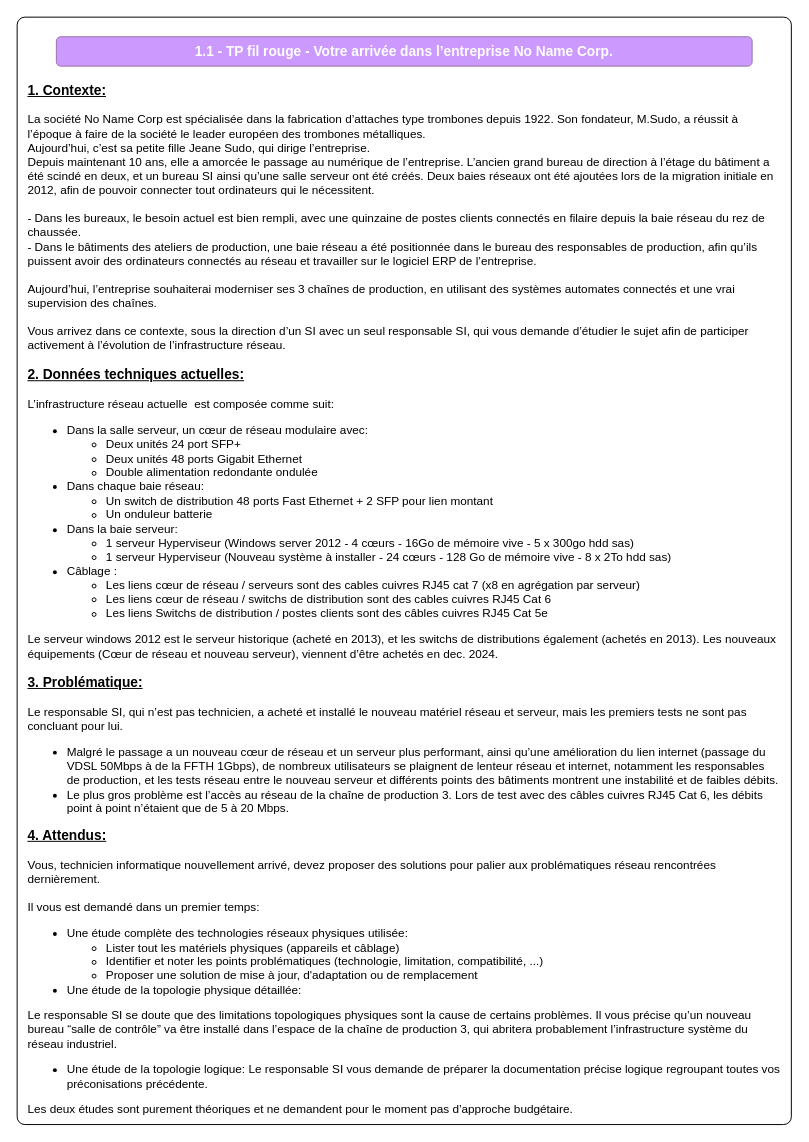
The draw.io diagram page "Sujet" (1 of 4) of 1-1-Materiel-physique/1.1-TP.drawio in No-Name-Academy/Networking-for-noobs, before the edit. Source tidied: cells renumbered, new cells numbered last; positions are measured from the earlier drawing's top-left corner, leaving out a move shared by most shapes. Both pictures are drawn from the tidied source at 98%, with x=0, y=0 at pixel (17, 17).
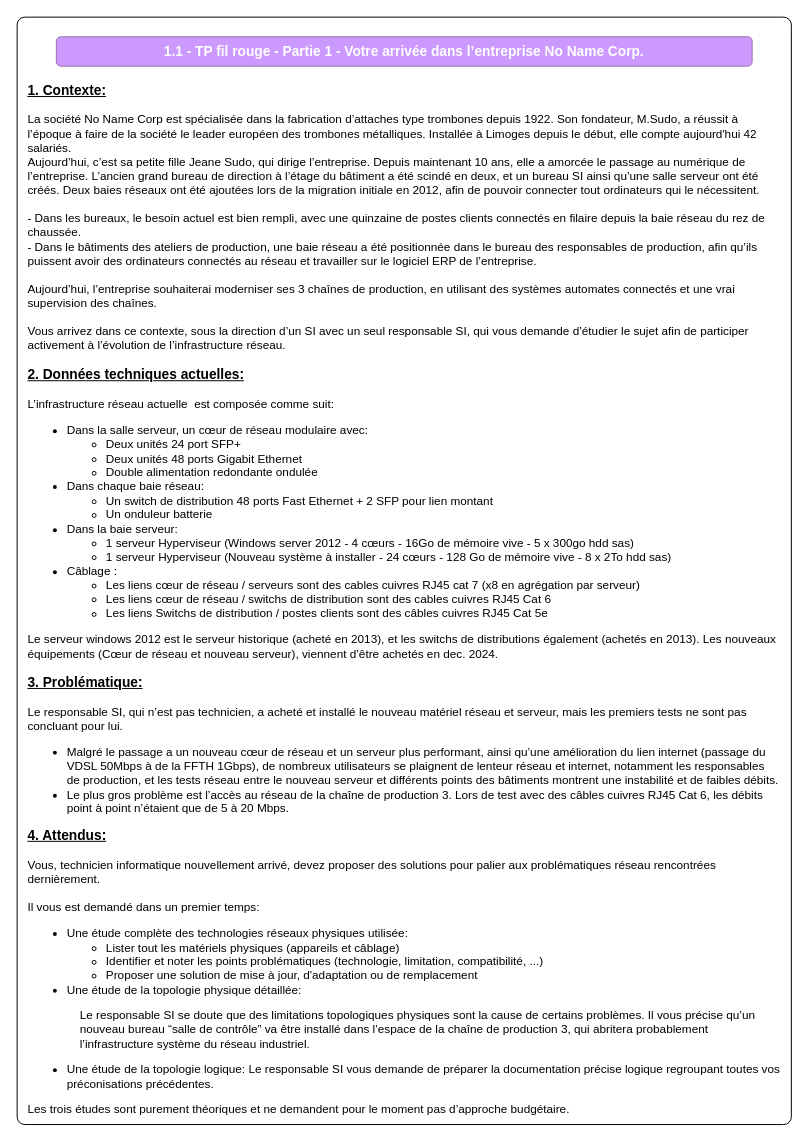
The same diagram, later.

Commit message (it also covers changes not shown here):
Mettre à jour 1.1-TP.drawio

Change to the diagram source:
```diff
@@
 <mxGraphModel>
   <root>
     <mxCell id="0" />
     <mxCell id="1" parent="0" />
     <mxCell id="2" style="rounded=1;whiteSpace=wrap;html=1;arcSize=1;" parent="1" vertex="1">
       <mxGeometry width="790" height="1130" as="geometry" />
     </mxCell>
-    <mxCell id="3" value="&lt;b&gt;&lt;u&gt;&lt;font style=&quot;font-size: 14px;&quot;&gt;1. Contexte:&lt;/font&gt;&lt;/u&gt;&lt;/b&gt;&lt;div&gt;&lt;br&gt;&lt;/div&gt;&lt;div&gt;La société No Name Corp est spécialisée dans la fabrication d’attaches type trombones depuis 1922. Son fondateur, M.Sudo, a réussit à l’époque à faire de la société le leader européen des trombones métalliques.&lt;/div&gt;&lt;div&gt;Aujourd’hui, c’est sa petite fille Jeane Sudo, qui dirige l’entreprise.&lt;/div&gt;&lt;div&gt;Depuis maintenant 10 ans, elle a amorcée le passage au numérique de l’entreprise. L’ancien grand bureau de direction à l’étage du bâtiment a été scindé en deux, et un bureau SI ainsi qu’une salle serveur ont été créés. Deux baies réseaux ont été ajoutées lors de la migration initiale en 2012, afin de pouvoir connecter tout ordinateurs qui le nécessitent.&lt;/div&gt;&lt;div&gt;&lt;br&gt;&lt;/div&gt;&lt;div&gt;- Dans les bureaux, le besoin actuel est bien rempli, avec une quinzaine de postes clients connectés en filaire depuis la baie réseau du rez de chaussée.&lt;/div&gt;&lt;div&gt;- Dans le bâtiments des ateliers de production, une baie réseau a été positionnée dans le bureau des responsables de production, afin qu’ils puissent avoir des ordinateurs connectés au réseau et travailler sur le logiciel ERP de l’entreprise.&lt;br&gt;&lt;/div&gt;&lt;div&gt;&lt;br&gt;&lt;/div&gt;&lt;div&gt;Aujourd’hui, l’entreprise souhaiterai moderniser ses 3 chaînes de production, en utilisant des systèmes automates connectés et une vrai supervision des chaînes.&lt;/div&gt;&lt;div&gt;&lt;br&gt;&lt;/div&gt;&lt;div&gt;Vous arrivez dans ce contexte, sous la direction d’un SI avec un seul responsable SI, qui vous demande d’étudier le sujet afin de participer activement à l’évolution de l’infrastructure réseau.&lt;/div&gt;&lt;div&gt;&lt;br&gt;&lt;/div&gt;&lt;div&gt;&lt;b&gt;&lt;u&gt;&lt;font style=&quot;font-size: 14px;&quot;&gt;2. Données techniques actuelles:&lt;/font&gt;&lt;/u&gt;&lt;/b&gt;&lt;/div&gt;&lt;div&gt;&lt;br&gt;&lt;/div&gt;&lt;div&gt;L’infrastructure réseau actuelle &amp;nbsp;est composée comme suit:&lt;/div&gt;&lt;div&gt;&lt;ul&gt;&lt;li&gt;Dans la salle serveur, un cœur de réseau modulaire avec:&lt;/li&gt;&lt;ul&gt;&lt;li&gt;Deux unités 24 port SFP+&lt;/li&gt;&lt;li&gt;Deux unités 48 ports Gigabit Ethernet&lt;/li&gt;&lt;li&gt;Double alimentation redondante ondulée&lt;/li&gt;&lt;/ul&gt;&lt;li&gt;Dans chaque baie réseau:&lt;/li&gt;&lt;ul&gt;&lt;li&gt;Un switch de distribution 48 ports Fast Ethernet + 2 SFP pour lien montant&lt;/li&gt;&lt;li&gt;Un onduleur batterie&lt;/li&gt;&lt;/ul&gt;&lt;li&gt;Dans la baie serveur:&lt;/li&gt;&lt;ul&gt;&lt;li&gt;1 serveur Hyperviseur (Windows server 2012 - 4 cœurs - 16Go de mémoire vive - 5 x 300go hdd sas)&lt;/li&gt;&lt;li&gt;1 serveur Hyperviseur (Nouveau système à installer - 24 cœurs - 128 Go de mémoire vive - 8 x 2To hdd sas)&lt;/li&gt;&lt;/ul&gt;&lt;li&gt;Câblage :&amp;nbsp;&lt;/li&gt;&lt;ul&gt;&lt;li&gt;Les liens cœur de réseau / serveurs sont des cables cuivres RJ45 cat 7 (x8 en agrégation par serveur)&lt;/li&gt;&lt;li&gt;Les liens cœur de réseau / switchs de distribution sont des cables cuivres RJ45 Cat 6&lt;/li&gt;&lt;li&gt;Les liens Switchs de distribution / postes clients sont des câbles cuivres RJ45 Cat 5e&lt;/li&gt;&lt;/ul&gt;&lt;/ul&gt;&lt;div&gt;Le serveur windows 2012 est le serveur historique (acheté en 2013), et les switchs de distributions également (achetés en 2013). Les nouveaux équipements (Cœur de réseau et nouveau serveur), viennent d’être achetés en dec. 2024.&lt;/div&gt;&lt;/div&gt;&lt;div&gt;&lt;br&gt;&lt;/div&gt;&lt;div&gt;&lt;b&gt;&lt;u&gt;&lt;font style=&quot;font-size: 14px;&quot;&gt;3. Problématique:&lt;/font&gt;&lt;/u&gt;&lt;/b&gt;&lt;/div&gt;&lt;div&gt;&lt;br&gt;&lt;/div&gt;&lt;div&gt;Le responsable SI, qui n’est pas technicien, a acheté et installé le nouveau matériel réseau et serveur, mais les premiers tests ne sont pas concluant pour lui.&lt;/div&gt;&lt;div&gt;&lt;ul&gt;&lt;li&gt;Malgré le passage a un nouveau cœur de réseau et un serveur plus performant, ainsi qu’une amélioration du lien internet (passage du VDSL 50Mbps à de la FFTH 1Gbps), de nombreux utilisateurs se plaignent de lenteur réseau et internet, notamment les responsables de production, et les tests réseau entre le nouveau serveur et différents points des bâtiments montrent une instabilité et de faibles débits.&lt;br&gt;&lt;/li&gt;&lt;li&gt;Le plus gros problème est l’accès au réseau de la chaîne de production 3. Lors de test avec des câbles cuivres RJ45 Cat 6, les débits point à point n’étaient que de 5 à 20 Mbps.&lt;/li&gt;&lt;/ul&gt;&lt;/div&gt;&lt;div&gt;&lt;b&gt;&lt;u&gt;&lt;font style=&quot;font-size: 14px;&quot;&gt;4. Attendus:&lt;/font&gt;&lt;/u&gt;&lt;/b&gt;&lt;/div&gt;&lt;div&gt;&lt;br&gt;&lt;/div&gt;&lt;div&gt;Vous, technicien informatique nouvellement arrivé, devez proposer des solutions pour palier aux problématiques réseau rencontrées dernièrement.&lt;/div&gt;&lt;div&gt;&lt;br&gt;&lt;/div&gt;&lt;div&gt;Il vous est demandé dans un premier temps:&lt;/div&gt;&lt;div&gt;&lt;ul&gt;&lt;li&gt;Une étude complète des technologies réseaux physiques utilisée:&lt;/li&gt;&lt;ul&gt;&lt;li&gt;Lister tout les matériels physiques (appareils et câblage)&lt;/li&gt;&lt;li&gt;Identifier et noter les points problématiques (technologie, limitation, compatibilité, ...)&lt;/li&gt;&lt;li&gt;Proposer une solution de mise à jour, d'adaptation ou de remplacement&lt;/li&gt;&lt;/ul&gt;&lt;li&gt;Une étude de la topologie physique détaillée:&lt;/li&gt;&lt;/ul&gt;&lt;div&gt;Le responsable SI se doute que des limitations topologiques physiques sont la cause de certains problèmes. Il vous précise qu’un nouveau bureau “salle de contrôle” va être installé dans l’espace de la chaîne de production 3, qui abritera probablement l’infrastructure système du réseau industriel.&lt;/div&gt;&lt;/div&gt;&lt;div&gt;&lt;ul&gt;&lt;li&gt;Une étude de la topologie logique: Le responsable SI vous demande de préparer la documentation précise logique regroupant toutes vos préconisations précédente.&lt;/li&gt;&lt;/ul&gt;&lt;/div&gt;&lt;div&gt;Les deux études sont purement théoriques et ne demandent pour le moment pas d’approche budgétaire.&amp;nbsp;&lt;/div&gt;" style="text;html=1;align=left;verticalAlign=top;whiteSpace=wrap;rounded=0;" parent="1" vertex="1">
+    <mxCell id="3" value="&lt;b&gt;&lt;u&gt;&lt;font style=&quot;font-size: 14px;&quot;&gt;1. Contexte:&lt;/font&gt;&lt;/u&gt;&lt;/b&gt;&lt;div&gt;&lt;br&gt;&lt;/div&gt;&lt;div&gt;La société No Name Corp est spécialisée dans la fabrication d’attaches type trombones depuis 1922. Son fondateur, M.Sudo, a réussit à l’époque à faire de la société le leader européen des trombones métalliques. Installée à Limoges depuis le début, elle compte aujourd'hui 42 salariés.&lt;/div&gt;&lt;div&gt;Aujourd’hui, c’est sa petite fille Jeane Sudo, qui dirige l’entreprise.&amp;nbsp;&lt;span style=&quot;background-color: transparent; color: light-dark(rgb(0, 0, 0), rgb(255, 255, 255));&quot;&gt;Depuis maintenant 10 ans, elle a amorcée le passage au numérique de l’entreprise. L’ancien grand bureau de direction à l’étage du bâtiment a été scindé en deux, et un bureau SI ainsi qu’une salle serveur ont été créés. Deux baies réseaux ont été ajoutées lors de la migration initiale en 2012, afin de pouvoir connecter tout ordinateurs qui le nécessitent.&lt;/span&gt;&lt;/div&gt;&lt;div&gt;&lt;br&gt;&lt;/div&gt;&lt;div&gt;- Dans les bureaux, le besoin actuel est bien rempli, avec une quinzaine de postes clients connectés en filaire depuis la baie réseau du rez de chaussée.&lt;/div&gt;&lt;div&gt;- Dans le bâtiments des ateliers de production, une baie réseau a été positionnée dans le bureau des responsables de production, afin qu’ils puissent avoir des ordinateurs connectés au réseau et travailler sur le logiciel ERP de l’entreprise.&lt;br&gt;&lt;/div&gt;&lt;div&gt;&lt;br&gt;&lt;/div&gt;&lt;div&gt;Aujourd’hui, l’entreprise souhaiterai moderniser ses 3 chaînes de production, en utilisant des systèmes automates connectés et une vrai supervision des chaînes.&lt;/div&gt;&lt;div&gt;&lt;br&gt;&lt;/div&gt;&lt;div&gt;Vous arrivez dans ce contexte, sous la direction d’un SI avec un seul responsable SI, qui vous demande d’étudier le sujet afin de participer activement à l’évolution de l’infrastructure réseau.&lt;/div&gt;&lt;div&gt;&lt;br&gt;&lt;/div&gt;&lt;div&gt;&lt;b&gt;&lt;u&gt;&lt;font style=&quot;font-size: 14px;&quot;&gt;2. Données techniques actuelles:&lt;/font&gt;&lt;/u&gt;&lt;/b&gt;&lt;/div&gt;&lt;div&gt;&lt;br&gt;&lt;/div&gt;&lt;div&gt;L’infrastructure réseau actuelle &amp;nbsp;est composée comme suit:&lt;/div&gt;&lt;div&gt;&lt;ul&gt;&lt;li&gt;Dans la salle serveur, un cœur de réseau modulaire avec:&lt;/li&gt;&lt;ul&gt;&lt;li&gt;Deux unités 24 port SFP+&lt;/li&gt;&lt;li&gt;Deux unités 48 ports Gigabit Ethernet&lt;/li&gt;&lt;li&gt;Double alimentation redondante ondulée&lt;/li&gt;&lt;/ul&gt;&lt;li&gt;Dans chaque baie réseau:&lt;/li&gt;&lt;ul&gt;&lt;li&gt;Un switch de distribution 48 ports Fast Ethernet + 2 SFP pour lien montant&lt;/li&gt;&lt;li&gt;Un onduleur batterie&lt;/li&gt;&lt;/ul&gt;&lt;li&gt;Dans la baie serveur:&lt;/li&gt;&lt;ul&gt;&lt;li&gt;1 serveur Hyperviseur (Windows server 2012 - 4 cœurs - 16Go de mémoire vive - 5 x 300go hdd sas)&lt;/li&gt;&lt;li&gt;1 serveur Hyperviseur (Nouveau système à installer - 24 cœurs - 128 Go de mémoire vive - 8 x 2To hdd sas)&lt;/li&gt;&lt;/ul&gt;&lt;li&gt;Câblage :&amp;nbsp;&lt;/li&gt;&lt;ul&gt;&lt;li&gt;Les liens cœur de réseau / serveurs sont des cables cuivres RJ45 cat 7 (x8 en agrégation par serveur)&lt;/li&gt;&lt;li&gt;Les liens cœur de réseau / switchs de distribution sont des cables cuivres RJ45 Cat 6&lt;/li&gt;&lt;li&gt;Les liens Switchs de distribution / postes clients sont des câbles cuivres RJ45 Cat 5e&lt;/li&gt;&lt;/ul&gt;&lt;/ul&gt;&lt;div&gt;Le serveur windows 2012 est le serveur historique (acheté en 2013), et les switchs de distributions également (achetés en 2013). Les nouveaux équipements (Cœur de réseau et nouveau serveur), viennent d’être achetés en dec. 2024.&lt;/div&gt;&lt;/div&gt;&lt;div&gt;&lt;br&gt;&lt;/div&gt;&lt;div&gt;&lt;b&gt;&lt;u&gt;&lt;font style=&quot;font-size: 14px;&quot;&gt;3. Problématique:&lt;/font&gt;&lt;/u&gt;&lt;/b&gt;&lt;/div&gt;&lt;div&gt;&lt;br&gt;&lt;/div&gt;&lt;div&gt;Le responsable SI, qui n’est pas technicien, a acheté et installé le nouveau matériel réseau et serveur, mais les premiers tests ne sont pas concluant pour lui.&lt;/div&gt;&lt;div&gt;&lt;ul&gt;&lt;li&gt;Malgré le passage a un nouveau cœur de réseau et un serveur plus performant, ainsi qu’une amélioration du lien internet (passage du VDSL 50Mbps à de la FFTH 1Gbps), de nombreux utilisateurs se plaignent de lenteur réseau et internet, notamment les responsables de production, et les tests réseau entre le nouveau serveur et différents points des bâtiments montrent une instabilité et de faibles débits.&lt;br&gt;&lt;/li&gt;&lt;li&gt;Le plus gros problème est l’accès au réseau de la chaîne de production 3. Lors de test avec des câbles cuivres RJ45 Cat 6, les débits point à point n’étaient que de 5 à 20 Mbps.&lt;/li&gt;&lt;/ul&gt;&lt;/div&gt;&lt;div&gt;&lt;b&gt;&lt;u&gt;&lt;font style=&quot;font-size: 14px;&quot;&gt;4. Attendus:&lt;/font&gt;&lt;/u&gt;&lt;/b&gt;&lt;/div&gt;&lt;div&gt;&lt;br&gt;&lt;/div&gt;&lt;div&gt;Vous, technicien informatique nouvellement arrivé, devez proposer des solutions pour palier aux problématiques réseau rencontrées dernièrement.&lt;/div&gt;&lt;div&gt;&lt;br&gt;&lt;/div&gt;&lt;div&gt;Il vous est demandé dans un premier temps:&lt;/div&gt;&lt;div&gt;&lt;ul&gt;&lt;li&gt;Une étude complète des technologies réseaux physiques utilisée:&lt;/li&gt;&lt;ul&gt;&lt;li&gt;Lister tout les matériels physiques (appareils et câblage)&lt;/li&gt;&lt;li&gt;Identifier et noter les points problématiques (technologie, limitation, compatibilité, ...)&lt;/li&gt;&lt;li&gt;Proposer une solution de mise à jour, d'adaptation ou de remplacement&lt;/li&gt;&lt;/ul&gt;&lt;li&gt;Une étude de la topologie physique détaillée:&lt;/li&gt;&lt;/ul&gt;&lt;div&gt;&lt;span style=&quot;white-space: pre;&quot;&gt;&#9;&lt;/span&gt;&lt;span style=&quot;white-space: pre;&quot;&gt;&#9;&lt;/span&gt;Le responsable SI se doute que des limitations topologiques physiques sont la cause de certains problèmes. Il vous précise qu’un &lt;span style=&quot;white-space: pre;&quot;&gt;&#9;&lt;/span&gt;&lt;span style=&quot;white-space: pre;&quot;&gt;&#9;&lt;/span&gt;nouveau bureau “salle de contrôle” va être installé dans l’espace de la chaîne de production 3, qui abritera probablement &lt;span style=&quot;white-space: pre;&quot;&gt;&#9;&lt;/span&gt;&lt;span style=&quot;white-space: pre;&quot;&gt;&#9;&lt;/span&gt;l’infrastructure système du réseau industriel.&lt;/div&gt;&lt;/div&gt;&lt;div&gt;&lt;ul&gt;&lt;li&gt;Une étude de la topologie logique: Le responsable SI vous demande de préparer la documentation précise logique regroupant toutes vos préconisations précédentes.&lt;/li&gt;&lt;/ul&gt;&lt;/div&gt;&lt;div&gt;Les trois études sont purement théoriques et ne demandent pour le moment pas d’approche budgétaire.&amp;nbsp;&lt;/div&gt;" style="text;html=1;align=left;verticalAlign=top;whiteSpace=wrap;rounded=0;" parent="1" vertex="1">
       <mxGeometry x="9" y="60" width="770" height="1070" as="geometry" />
     </mxCell>
-    <mxCell id="4" value="1.1 - TP fil rouge - Votre arrivée dans l’entreprise No Name Corp." style="rounded=1;whiteSpace=wrap;html=1;fillColor=#CC99FF;strokeColor=#9673a6;fontColor=#FFFFFF;fontSize=14;fontStyle=1;" parent="1" vertex="1">
+    <mxCell id="4" value="1.1 - TP fil rouge - Partie 1 - Votre arrivée dans l’entreprise No Name Corp." style="rounded=1;whiteSpace=wrap;html=1;fillColor=#CC99FF;strokeColor=#9673a6;fontColor=#FFFFFF;fontSize=14;fontStyle=1;" parent="1" vertex="1">
       <mxGeometry x="40" y="20" width="710" height="30" as="geometry" />
     </mxCell>
   </root>
 </mxGraphModel>
```
